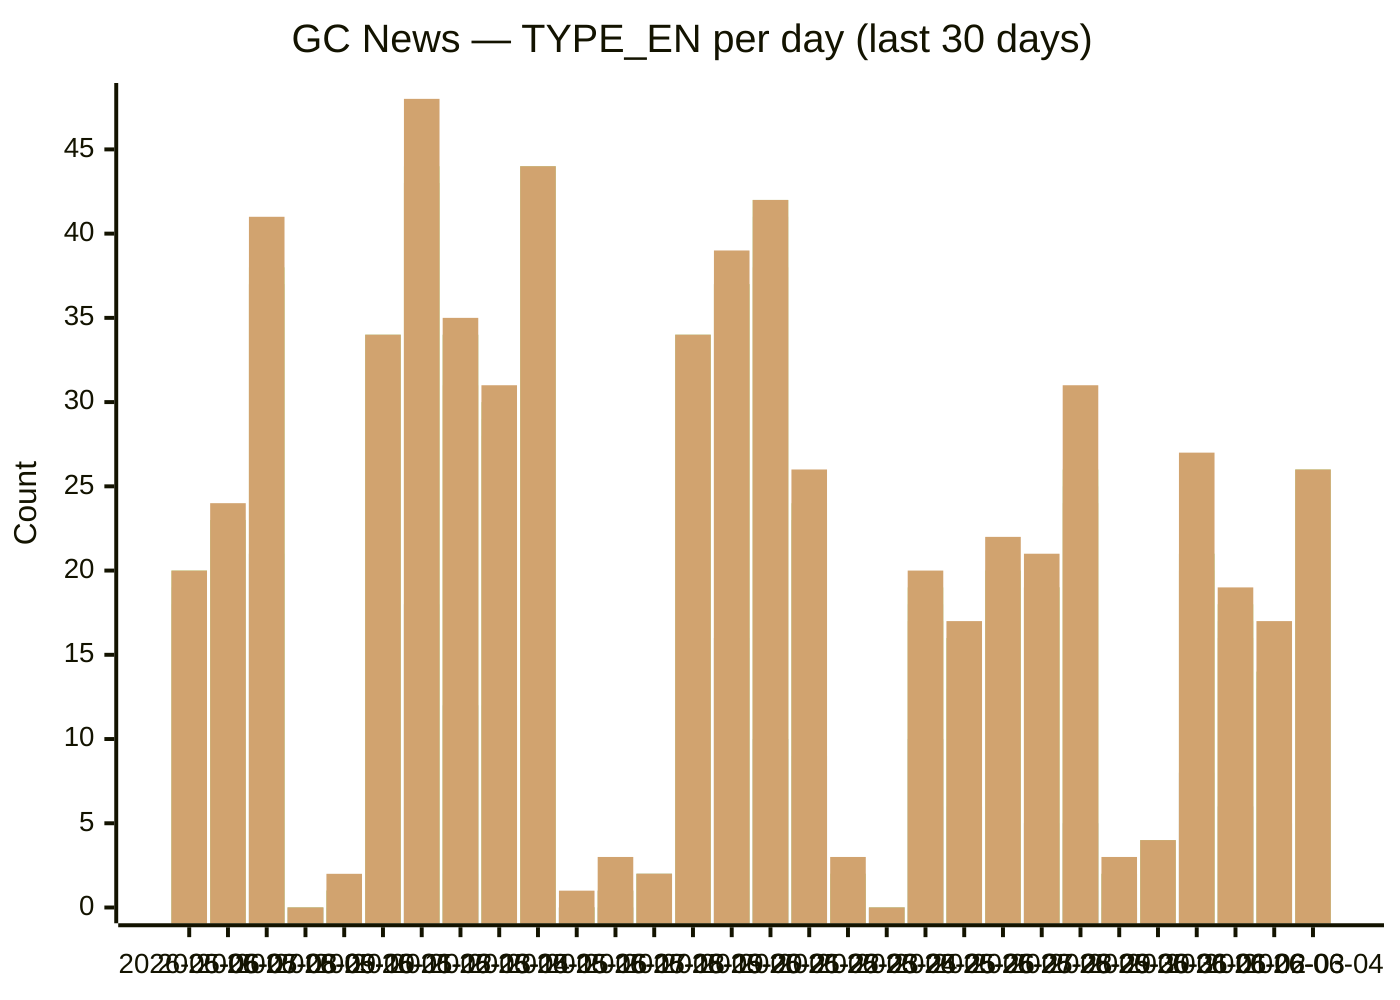
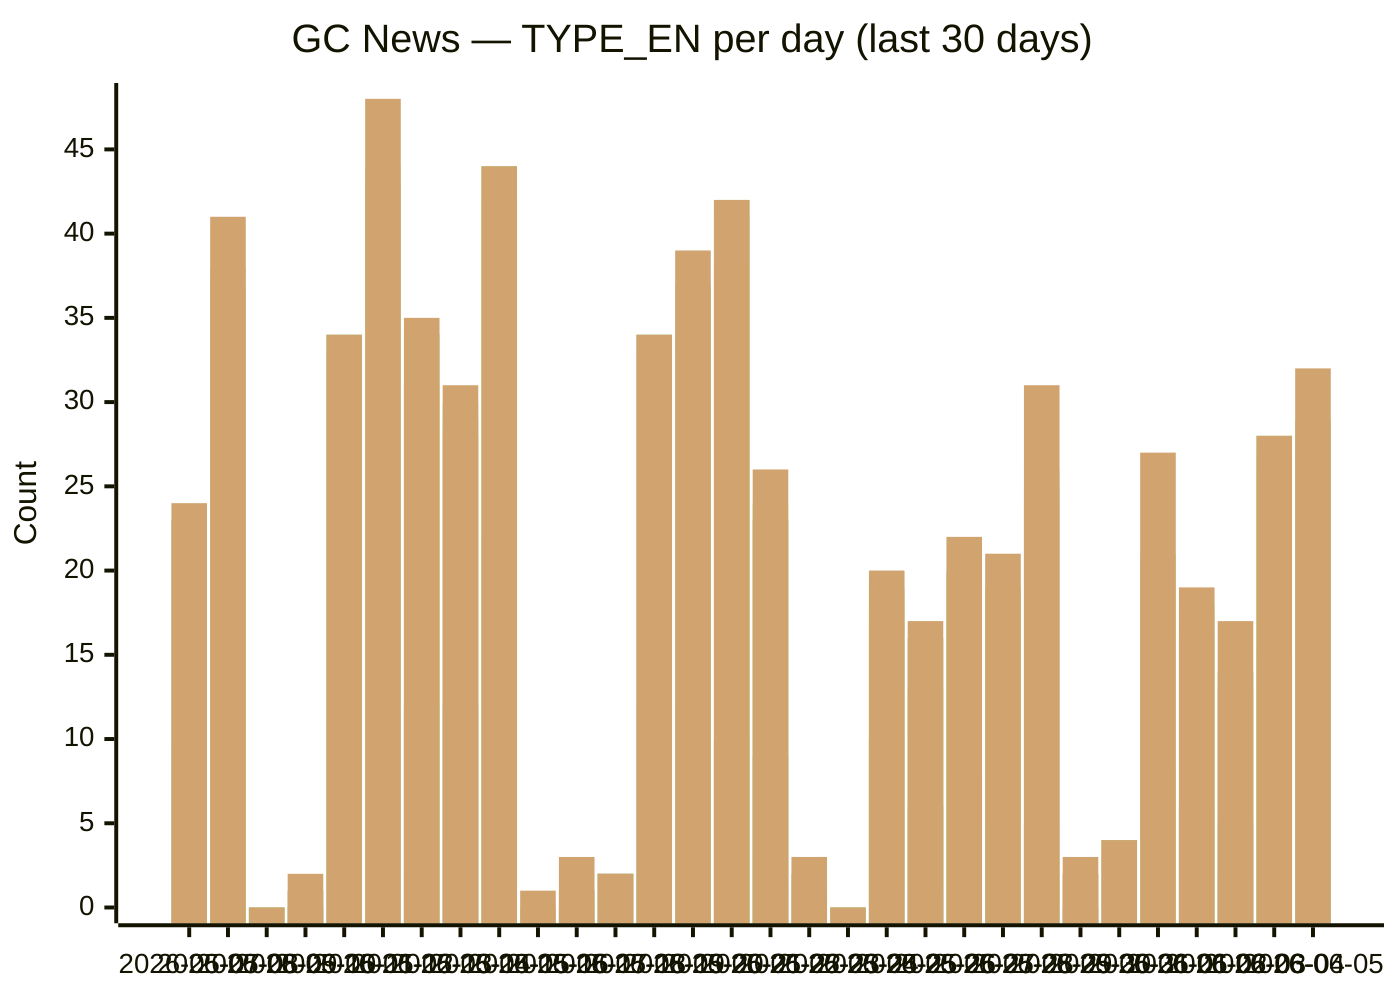
xychart-beta
  title "GC News — TYPE_EN per day (last 30 days)"
-   x-axis [2026-05-06, 2026-05-07, 2026-05-08, 2026-05-09, 2026-05-10, 2026-05-11, 2026-05-12, 2026-05-13, 2026-05-14, 2026-05-15, 2026-05-16, 2026-05-17, 2026-05-18, 2026-05-19, 2026-05-20, 2026-05-21, 2026-05-22, 2026-05-23, 2026-05-24, 2026-05-25, 2026-05-26, 2026-05-27, 2026-05-28, 2026-05-29, 2026-05-30, 2026-05-31, 2026-06-01, 2026-06-02, 2026-06-03, 2026-06-04]
+   x-axis [2026-05-07, 2026-05-08, 2026-05-09, 2026-05-10, 2026-05-11, 2026-05-12, 2026-05-13, 2026-05-14, 2026-05-15, 2026-05-16, 2026-05-17, 2026-05-18, 2026-05-19, 2026-05-20, 2026-05-21, 2026-05-22, 2026-05-23, 2026-05-24, 2026-05-25, 2026-05-26, 2026-05-27, 2026-05-28, 2026-05-29, 2026-05-30, 2026-05-31, 2026-06-01, 2026-06-02, 2026-06-03, 2026-06-04, 2026-06-05]
  y-axis "Count" 0 --> 48
-   bar backgrounders [2, 0, 5, 0, 0, 2, 6, 2, 4, 5, 0, 0, 0, 1, 1, 3, 3, 0, 0, 6, 1, 4, 1, 1, 0, 0, 5, 2, 2, 1]
-   bar "media advisories" [7, 10, 21, 0, 0, 11, 18, 12, 12, 22, 0, 0, 2, 12, 16, 10, 9, 1, 0, 10, 6, 8, 5, 5, 0, 4, 8, 6, 5, 14]
-   bar "news releases" [18, 23, 37, 0, 1, 33, 43, 31, 28, 42, 0, 1, 2, 33, 37, 38, 23, 2, 0, 17, 13, 19, 19, 24, 2, 4, 20, 16, 13, 24]
-   bar readouts [19, 23, 37, 0, 1, 34, 43, 34, 29, 44, 0, 1, 2, 34, 37, 41, 23, 2, 0, 18, 16, 20, 19, 25, 2, 4, 21, 17, 14, 25]
-   bar speeches [20, 23, 38, 0, 1, 34, 44, 34, 30, 44, 0, 1, 2, 34, 37, 42, 24, 2, 0, 19, 16, 20, 19, 26, 2, 4, 21, 18, 14, 26]
-   bar statements [20, 24, 41, 0, 2, 34, 48, 35, 31, 44, 1, 3, 2, 34, 39, 42, 26, 3, 0, 20, 17, 22, 21, 31, 3, 4, 27, 19, 17, 26]
+   bar backgrounders [0, 5, 0, 0, 2, 6, 2, 4, 5, 0, 0, 0, 1, 1, 3, 3, 0, 0, 6, 1, 4, 1, 1, 0, 0, 5, 2, 2, 2, 0]
+   bar "media advisories" [10, 21, 0, 0, 11, 18, 12, 12, 22, 0, 0, 2, 12, 16, 10, 9, 1, 0, 10, 6, 8, 5, 5, 0, 4, 8, 6, 5, 15, 4]
+   bar "news releases" [23, 37, 0, 1, 33, 43, 31, 28, 42, 0, 1, 2, 33, 37, 38, 23, 2, 0, 17, 13, 19, 19, 24, 2, 4, 20, 16, 13, 26, 28]
+   bar readouts [23, 37, 0, 1, 34, 43, 34, 29, 44, 0, 1, 2, 34, 37, 41, 23, 2, 0, 18, 16, 20, 19, 25, 2, 4, 21, 17, 14, 27, 29]
+   bar speeches [23, 38, 0, 1, 34, 44, 34, 30, 44, 0, 1, 2, 34, 37, 42, 24, 2, 0, 19, 16, 20, 19, 26, 2, 4, 21, 18, 14, 28, 29]
+   bar statements [24, 41, 0, 2, 34, 48, 35, 31, 44, 1, 3, 2, 34, 39, 42, 26, 3, 0, 20, 17, 22, 21, 31, 3, 4, 27, 19, 17, 28, 32]
